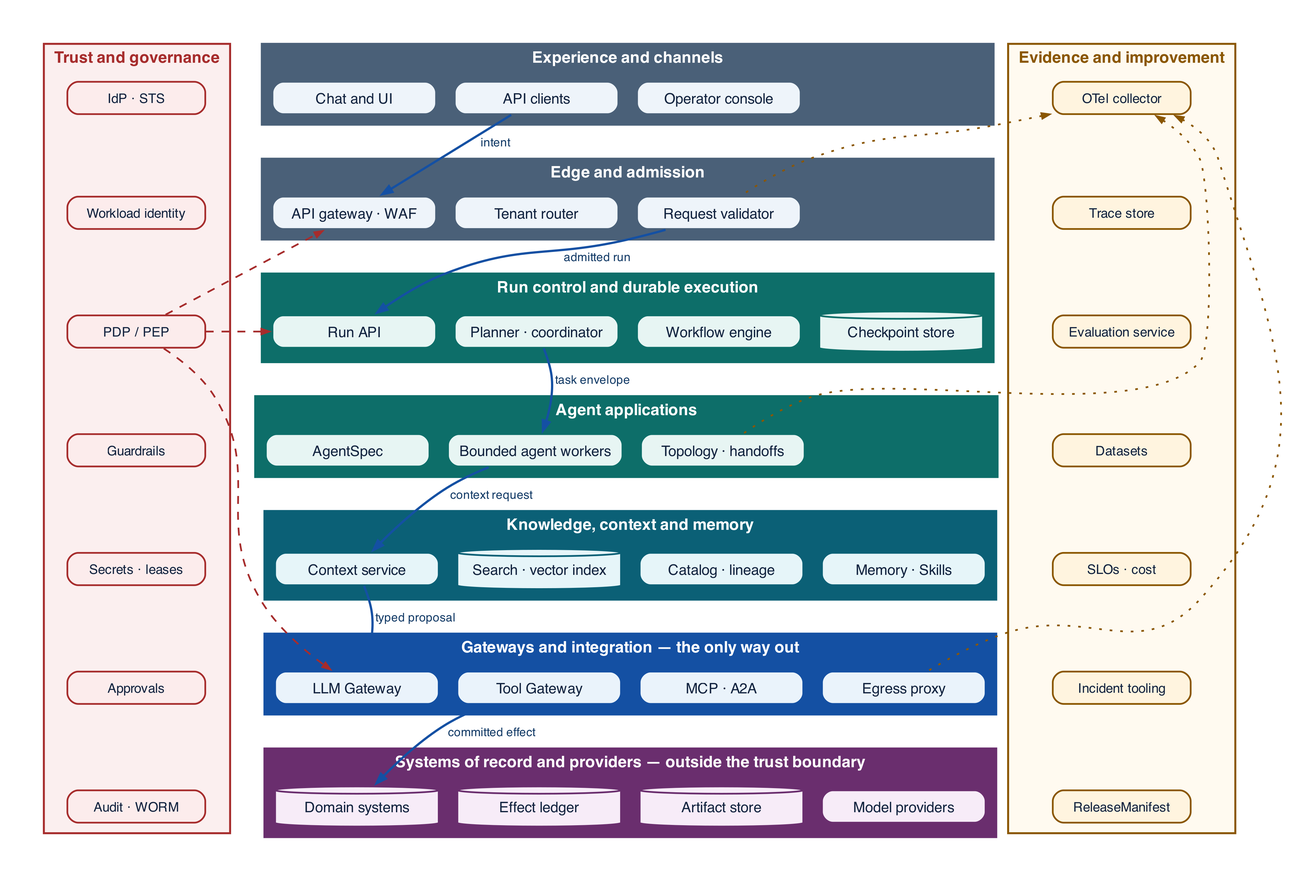
Above: assets/diagrams/reference-architecture.png in rrahimi-uci/building-enterprise-general-intelligence (Graphviz), before the change. Its source is kept beside it as assets/diagrams/src/reference-architecture.gv.
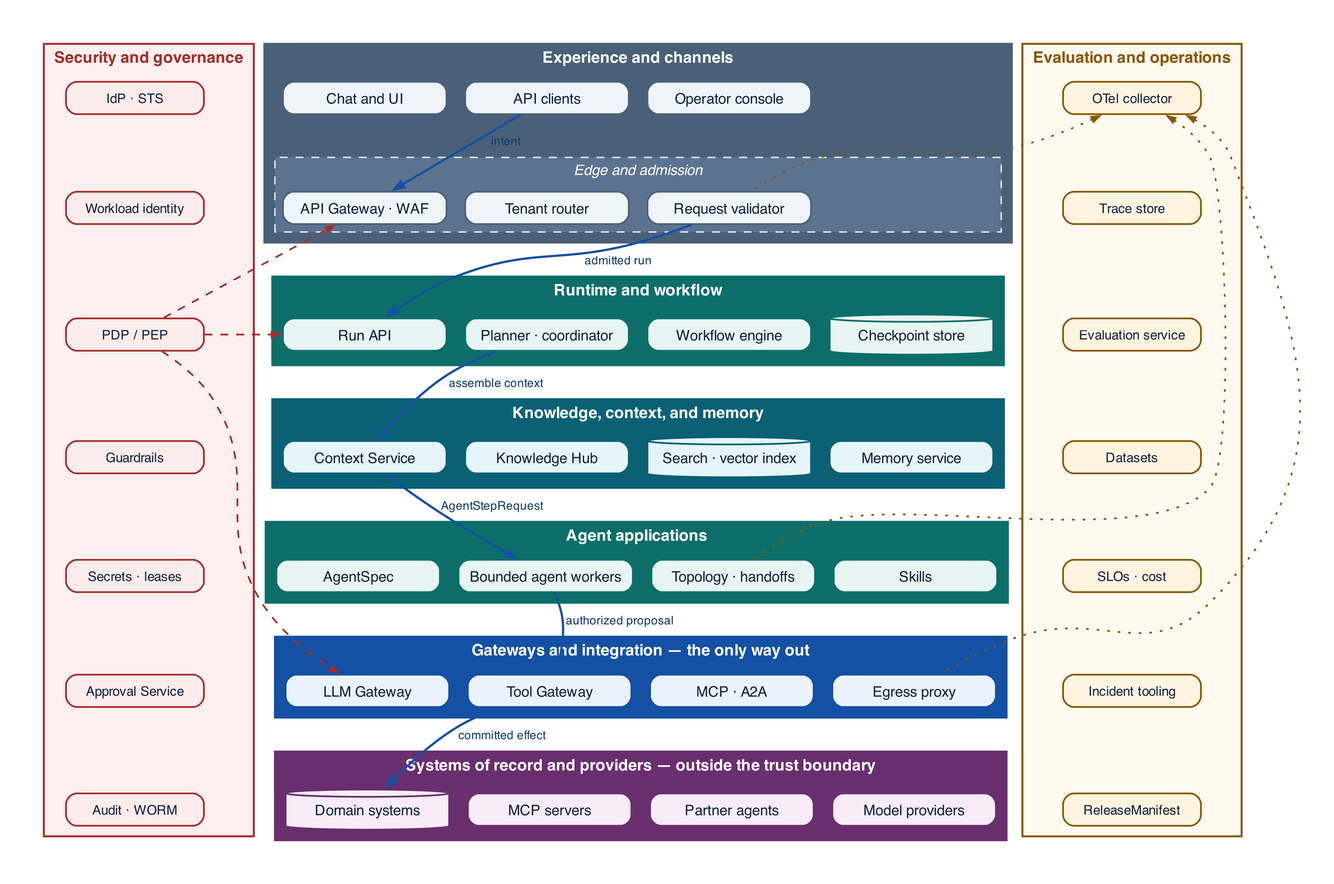
After the commit.

The edit, as a diff of the source:
```diff
@@ -6,7 +6,7 @@
          margin="0.12,0.07", height=0.34, width=1.72, fixedsize=false, color="#4A6078", fillcolor="white"]
 
   subgraph cluster_gov {
-    label = <<B>Trust and governance</B>>
+    label = <<B>Security and governance</B>>
     fontsize = 12; fontcolor = "#A62C2C"
     style = filled; fillcolor = "#FBEFEF"; color = "#A62C2C"; penwidth = 1.5
     margin = 8
@@ -16,7 +16,7 @@
     v2 [label="PDP / PEP"]
     v3 [label="Guardrails"]
     v4 [label="Secrets · leases"]
-    v5 [label="Approvals"]
+    v5 [label="Approval Service"]
     v6 [label="Audit · WORM"]
     v0 -> v1 -> v2 -> v3 -> v4 -> v5 -> v6 [style=invis]
   }
@@ -31,22 +31,21 @@
     e1 [label="API clients"]
     e2 [label="Operator console"]
     e3 [style=invis, label=""]
-  }
 
-  subgraph cluster_edge {
-    label = <<B>Edge and admission</B>>
-    fontsize = 12; fontcolor = "#FFFFFF"
-    style = filled; fillcolor = "#4A6078"; color = "#4A6078"; penwidth = 1.5
-    margin = 8
-    node [fillcolor="#EEF4FA", color="#4A6078"]
-    d0 [label="API gateway · WAF"]
-    d1 [label="Tenant router"]
-    d2 [label="Request validator"]
-    d3 [style=invis, label=""]
+    subgraph cluster_edge {
+      label = <<I>Edge and admission</I>>
+      fontsize = 11; fontcolor = "#FFFFFF"
+      style = "filled,dashed"; fillcolor = "#5C7390"; color = "#EEF4FA"; penwidth = 1.0
+      margin = 6
+      d0 [label="API Gateway · WAF"]
+      d1 [label="Tenant router"]
+      d2 [label="Request validator"]
+      d3 [style=invis, label=""]
+    }
   }
 
   subgraph cluster_run {
-    label = <<B>Run control and durable execution</B>>
+    label = <<B>Runtime and workflow</B>>
     fontsize = 12; fontcolor = "#FFFFFF"
     style = filled; fillcolor = "#0D6E69"; color = "#0D6E69"; penwidth = 1.5
     margin = 8
@@ -66,19 +65,19 @@
     a0 [label="AgentSpec"]
     a1 [label="Bounded agent workers"]
     a2 [label="Topology · handoffs"]
-    a3 [style=invis, label=""]
+    a3 [label="Skills"]
   }
 
   subgraph cluster_know {
-    label = <<B>Knowledge, context and memory</B>>
+    label = <<B>Knowledge, context, and memory</B>>
     fontsize = 12; fontcolor = "#FFFFFF"
     style = filled; fillcolor = "#0B6076"; color = "#0B6076"; penwidth = 1.5
     margin = 8
     node [fillcolor="#E6F5F9", color="#0B6076"]
-    k0 [label="Context service"]
-    k1 [label="Search · vector index", shape=cylinder, style=filled]
-    k2 [label="Catalog · lineage"]
-    k3 [label="Memory · Skills"]
+    k0 [label="Context Service"]
+    k1 [label="Knowledge Hub"]
+    k2 [label="Search · vector index", shape=cylinder, style=filled]
+    k3 [label="Memory service"]
   }
 
   subgraph cluster_gw {
@@ -100,13 +99,13 @@
     margin = 8
     node [fillcolor="#F7ECF8", color="#6A2E6E"]
     s0 [label="Domain systems", shape=cylinder, style=filled]
-    s1 [label="Effect ledger", shape=cylinder, style=filled]
-    s2 [label="Artifact store", shape=cylinder, style=filled]
+    s1 [label="MCP servers"]
+    s2 [label="Partner agents"]
     s3 [label="Model providers"]
   }
 
   subgraph cluster_obs {
-    label = <<B>Evidence and improvement</B>>
+    label = <<B>Evaluation and operations</B>>
     fontsize = 12; fontcolor = "#8A5600"
     style = filled; fillcolor = "#FFFAF0"; color = "#8A5600"; penwidth = 1.5
     margin = 8
@@ -122,18 +121,18 @@
   }
 
   edge [style=invis, weight=20]
-  e0 -> d0 -> r0 -> a0 -> k0 -> g0 -> s0
-  e1 -> d1 -> r1 -> a1 -> k1 -> g1 -> s1
-  e2 -> d2 -> r2 -> a2 -> k2 -> g2 -> s2
-  e3 -> d3 -> r3 -> a3 -> k3 -> g3 -> s3
+  e0 -> d0 -> r0 -> k0 -> a0 -> g0 -> s0
+  e1 -> d1 -> r1 -> k1 -> a1 -> g1 -> s1
+  e2 -> d2 -> r2 -> k2 -> a2 -> g2 -> s2
+  e3 -> d3 -> r3 -> k3 -> a3 -> g3 -> s3
 
   edge [style=solid, weight=1, constraint=false, color="#1450A3", penwidth=1.7,
         arrowsize=0.75, fontsize=9, fontcolor="#123A66"]
   e1 -> d0 [label=" intent"]
   d2 -> r0 [label=" admitted run"]
-  r1 -> a1 [label=" task envelope"]
-  a1 -> k0 [label=" context request"]
-  k0 -> g0 [label=" typed proposal"]
+  r1 -> k0 [label=" assemble context"]
+  k0 -> a1 [label=" AgentStepRequest"]
+  a1 -> g1 [label=" authorized proposal"]
   g1 -> s0 [label=" committed effect"]
 
   edge [style=dashed, color="#A62C2C", penwidth=1.3, arrowsize=0.6, label=""]
```
